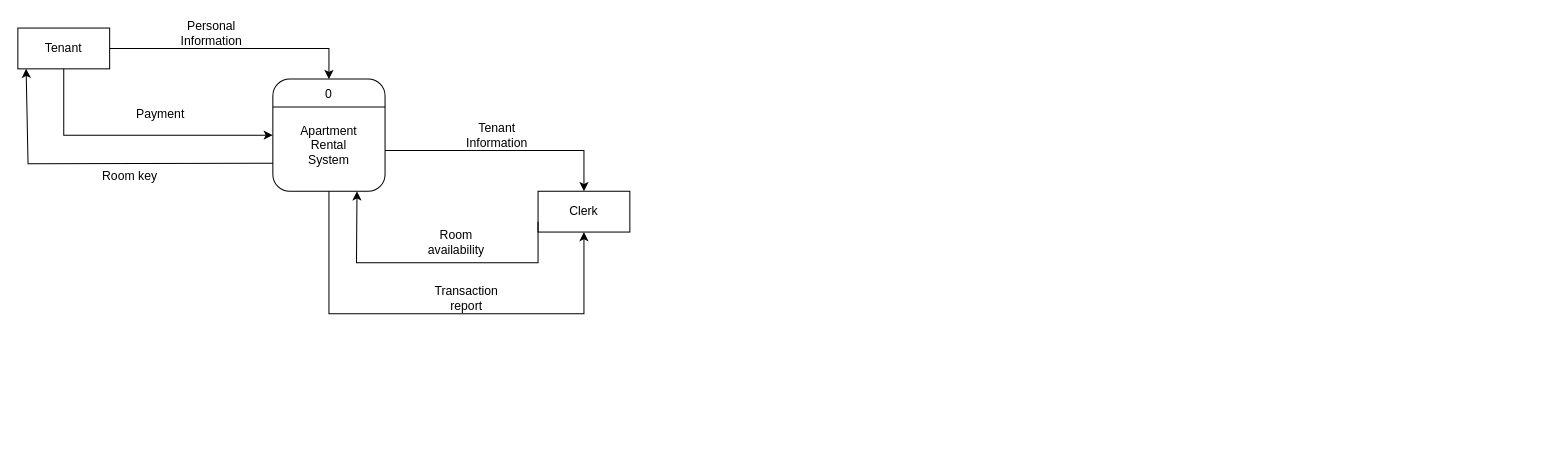
The draw.io diagram DFD.drawio in Beskiit/DIAGRAMS, before the edit. Source tidied: cells renumbered, new cells numbered last; positions are measured from the earlier drawing's top-left corner, leaving out a move shared by most shapes. Both pictures are drawn from the tidied source at 102%, with x=0, y=0 at pixel (17, 17).
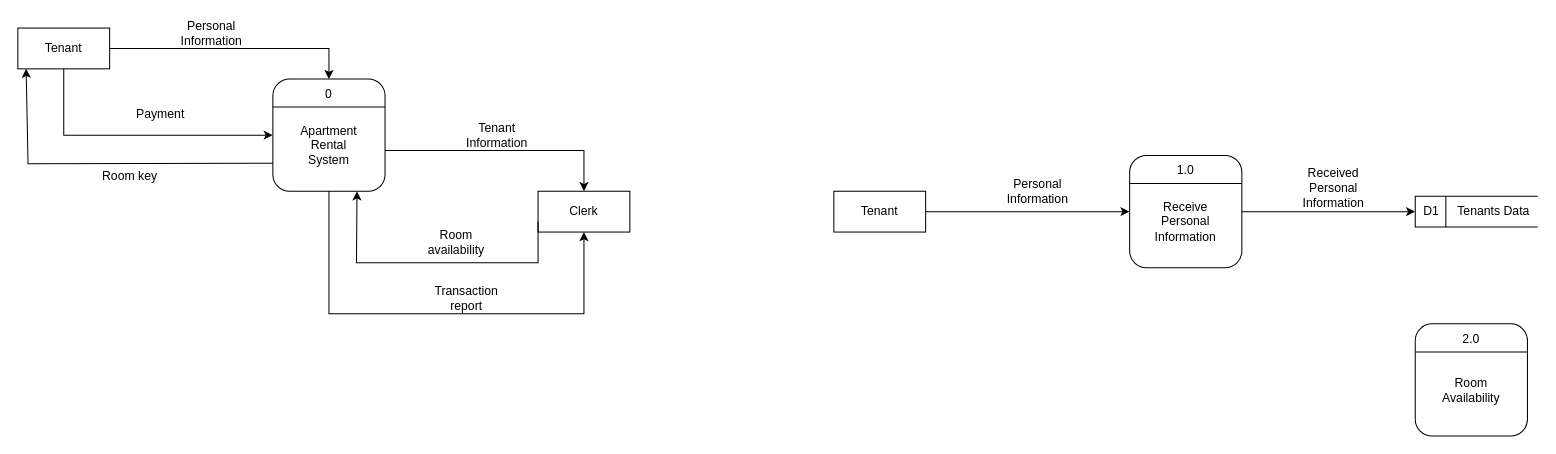
After the change.

Change to the diagram source:
```diff
@@
+    <mxCell id="22" style="rounded=1;whiteSpace=wrap;html=1;" parent="1" vertex="1">
+      <mxGeometry x="1090" y="135" width="110" height="110" as="geometry" />
+    </mxCell>
+    <mxCell id="23" style="endArrow=none;html=1;rounded=0;entryX=1;entryY=0.25;entryDx=0;entryDy=0;exitX=0;exitY=0.25;exitDx=0;exitDy=0;" parent="1" edge="1" source="22" target="22">
+      <mxGeometry relative="1" as="geometry" />
+    </mxCell>
+    <mxCell id="24" value="1.0" style="text;html=1;align=center;verticalAlign=middle;whiteSpace=wrap;rounded=0;" parent="1" vertex="1">
+      <mxGeometry x="1115" y="135" width="60" height="30" as="geometry" />
+    </mxCell>
+    <mxCell id="25" value="Receive Personal Information" style="text;html=1;align=center;verticalAlign=middle;whiteSpace=wrap;rounded=0;" parent="1" vertex="1">
+      <mxGeometry x="1115" y="185" width="60" height="30" as="geometry" />
+    </mxCell>
+    <mxCell id="26" style="rounded=0;whiteSpace=wrap;html=1;" parent="1" vertex="1">
+      <mxGeometry x="800" y="170" width="90" height="40" as="geometry" />
+    </mxCell>
+    <mxCell id="27" value="Tenant" style="text;html=1;align=center;verticalAlign=middle;whiteSpace=wrap;rounded=0;" parent="1" vertex="1">
+      <mxGeometry x="815" y="175" width="60" height="30" as="geometry" />
+    </mxCell>
+    <mxCell id="28" style="endArrow=classic;html=1;rounded=0;exitX=1;exitY=0.5;exitDx=0;exitDy=0;entryX=0;entryY=0.5;entryDx=0;entryDy=0;" parent="1" edge="1" source="26" target="22">
+      <mxGeometry relative="1" as="geometry">
+        <Array as="points">
+          <mxPoint x="980" y="190" />
+        </Array>
+      </mxGeometry>
+    </mxCell>
+    <mxCell id="29" value="Personal Information" style="text;html=1;align=center;verticalAlign=middle;whiteSpace=wrap;rounded=0;" parent="1" vertex="1">
+      <mxGeometry x="970" y="155" width="60" height="30" as="geometry" />
+    </mxCell>
+    <mxCell id="30" style="html=1;dashed=0;whiteSpace=wrap;shape=mxgraph.dfd.dataStoreID;align=left;spacingLeft=3;points=[[0,0],[0.5,0],[1,0],[0,0.5],[1,0.5],[0,1],[0.5,1],[1,1]];" parent="1" vertex="1">
+      <mxGeometry x="1370" y="175" width="120" height="30" as="geometry" />
+    </mxCell>
+    <mxCell id="31" value="Tenants Data" style="text;html=1;align=center;verticalAlign=middle;whiteSpace=wrap;rounded=0;" parent="1" vertex="1">
+      <mxGeometry x="1407" y="175" width="80" height="30" as="geometry" />
+    </mxCell>
+    <mxCell id="32" value="D1" style="text;html=1;align=center;verticalAlign=middle;whiteSpace=wrap;rounded=0;" parent="1" vertex="1">
+      <mxGeometry x="1373" y="175" width="26" height="30" as="geometry" />
+    </mxCell>
+    <mxCell id="33" style="endArrow=classic;html=1;rounded=0;exitX=1;exitY=0.5;exitDx=0;exitDy=0;entryX=0;entryY=0.5;entryDx=0;entryDy=0;" parent="1" edge="1" source="22" target="30">
+      <mxGeometry relative="1" as="geometry" />
+    </mxCell>
+    <mxCell id="34" value="Received&lt;div&gt;Personal Information&lt;/div&gt;" style="text;html=1;align=center;verticalAlign=middle;whiteSpace=wrap;rounded=0;" parent="1" vertex="1">
+      <mxGeometry x="1260" y="152" width="60" height="30" as="geometry" />
+    </mxCell>
+    <mxCell id="35" style="rounded=1;whiteSpace=wrap;html=1;" parent="1" vertex="1">
+      <mxGeometry x="1370" y="300" width="110" height="110" as="geometry" />
+    </mxCell>
+    <mxCell id="36" style="endArrow=none;html=1;rounded=0;entryX=1;entryY=0.25;entryDx=0;entryDy=0;exitX=0;exitY=0.25;exitDx=0;exitDy=0;" parent="1" edge="1" source="35" target="35">
+      <mxGeometry relative="1" as="geometry" />
+    </mxCell>
+    <mxCell id="37" value="2.0" style="text;html=1;align=center;verticalAlign=middle;whiteSpace=wrap;rounded=0;" parent="1" vertex="1">
+      <mxGeometry x="1395" y="300" width="60" height="30" as="geometry" />
+    </mxCell>
+    <mxCell id="38" value="Room Availability" style="text;html=1;align=center;verticalAlign=middle;whiteSpace=wrap;rounded=0;" parent="1" vertex="1">
+      <mxGeometry x="1395" y="350" width="60" height="30" as="geometry" />
+    </mxCell>
```
